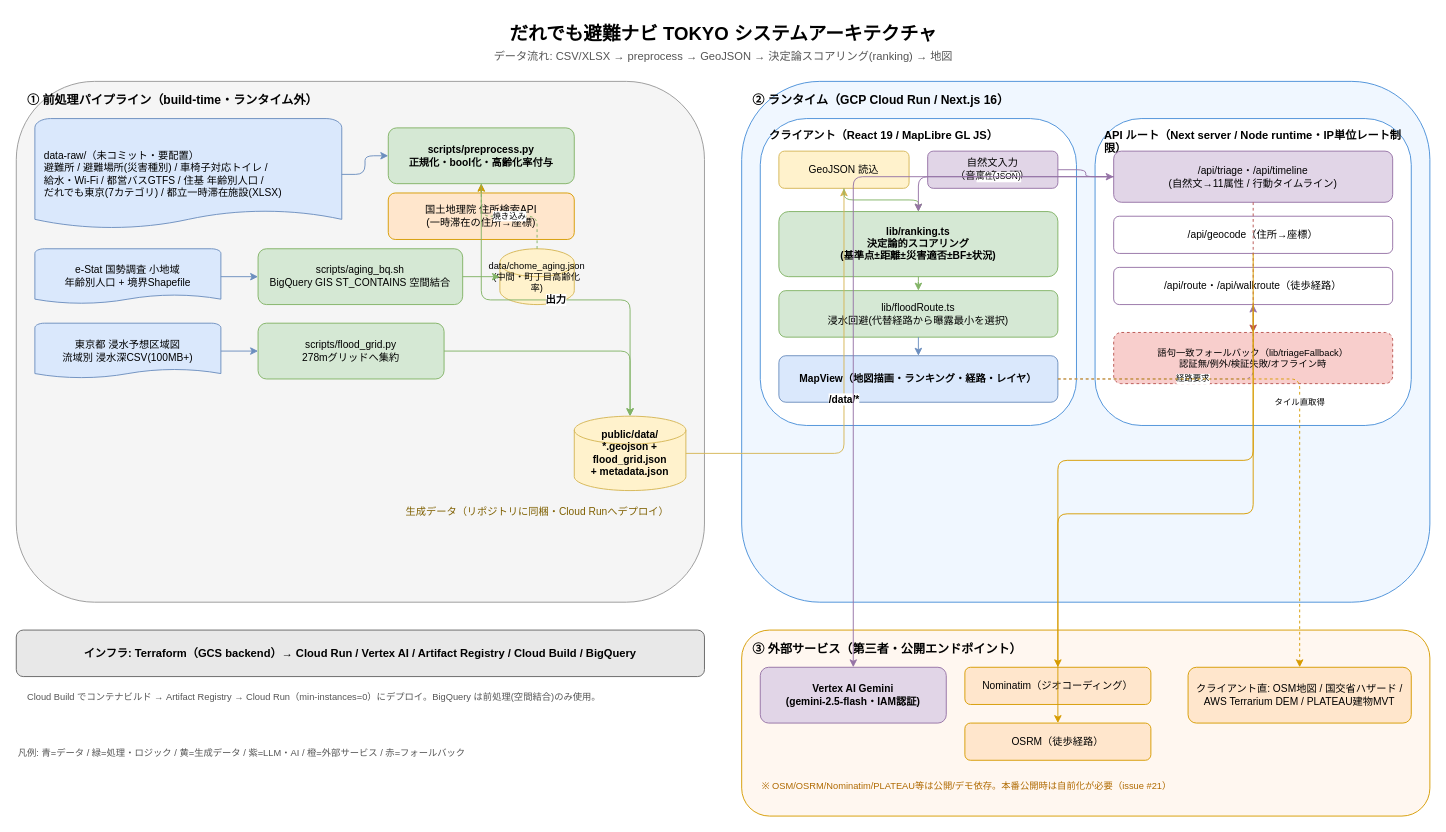
muroshima/Hinan-Navi-Tokyo keeps this draw.io diagram as docs/architecture.drawio. Above is the earlier version. Source tidied: cells renumbered, new cells numbered last; positions are measured from the earlier drawing's top-left corner, leaving out a move shared by most shapes. Both pictures are drawn from the tidied source at 93%, with x=0, y=0 at pixel (16, 16).
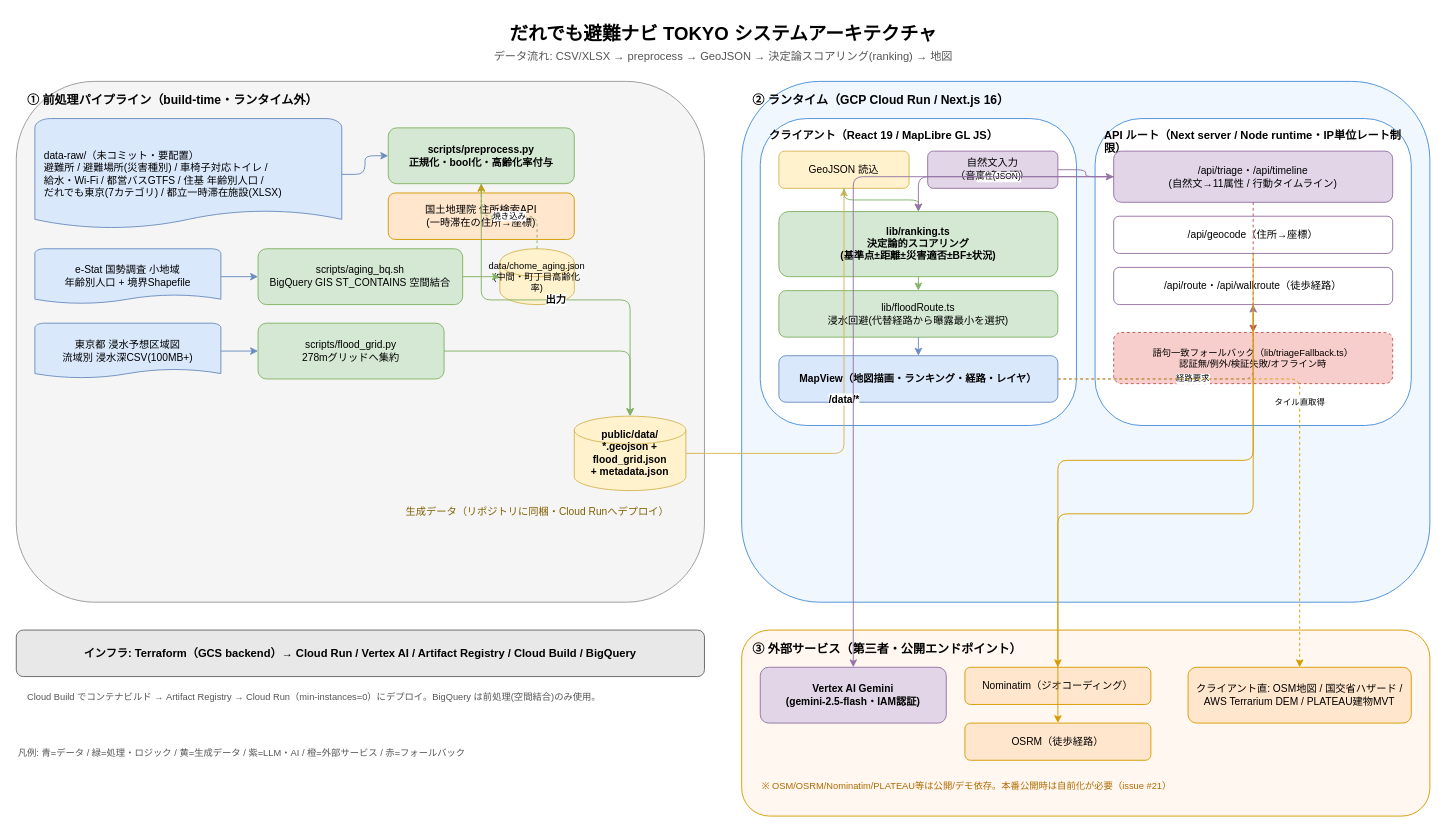
After the change.

Commit message (it also covers changes not shown here):
docs: PR#71 round-2対応(図のフォールバックパスをlib/triageFallback.tsに統一・PNG再生成)

Diff of the diagram source:
```diff
@@
-    <mxCell id="34" value="語句一致フォールバック（lib/triageFallback）&#10;認証無/例外/検証失敗/オフライン時" style="rounded=1;whiteSpace=wrap;html=1;fillColor=#f8cecc;strokeColor=#b85450;fontSize=10;dashed=1;" parent="1" vertex="1">
+    <mxCell id="34" value="語句一致フォールバック（lib/triageFallback.ts）&#10;認証無/例外/検証失敗/オフライン時" style="rounded=1;whiteSpace=wrap;html=1;fillColor=#f8cecc;strokeColor=#b85450;fontSize=10;dashed=1;" parent="1" vertex="1">
       <mxGeometry x="1180" y="340" width="300" height="55" as="geometry" />
     </mxCell>
```
